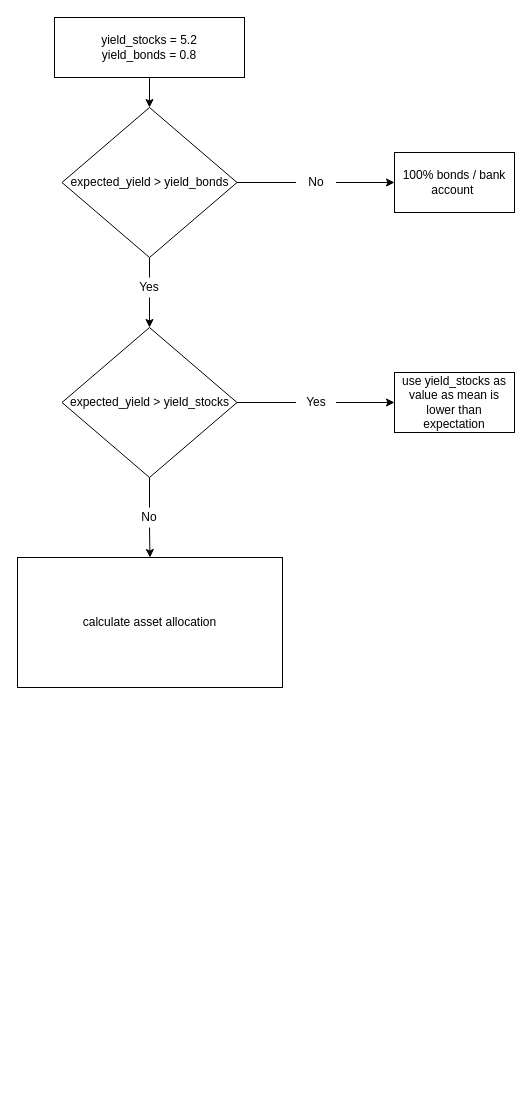
The draw.io diagram processdiagram.drawio in leotrv/assetallocation-calculator, before the edit. Source tidied: cells renumbered, new cells numbered last; positions are measured from the earlier drawing's top-left corner, leaving out a move shared by most shapes. Both pictures are drawn from the tidied source at 100%, with x=0, y=0 at pixel (17, 17).
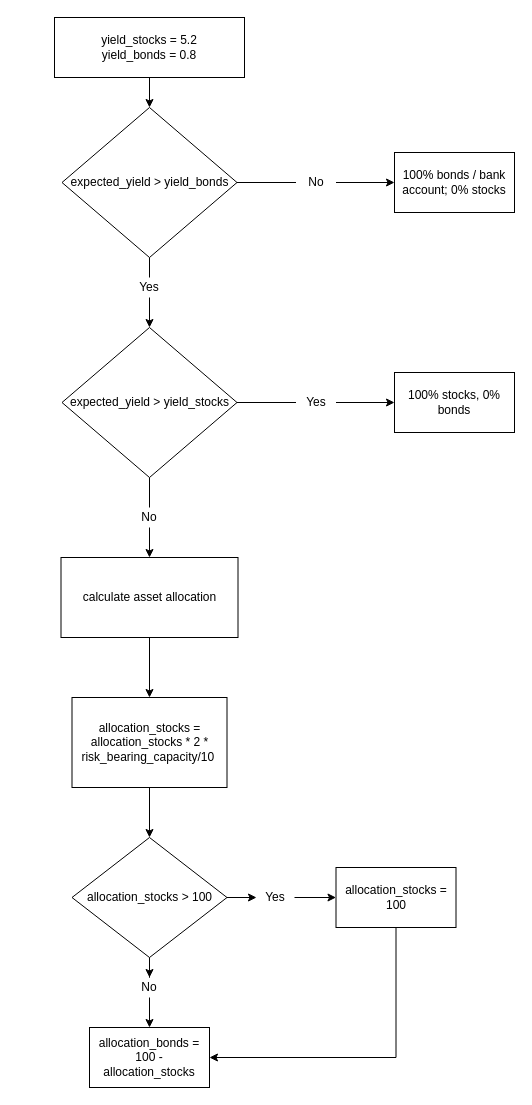
After the change.

Commit message (it also covers changes not shown here):
add risk_bearing_capacity recalculation

Diff of the diagram source:
```diff
@@
-    <mxCell id="5" value="100% bonds / bank account&amp;nbsp;" style="rounded=0;whiteSpace=wrap;html=1;" parent="1" vertex="1">
+    <mxCell id="5" value="100% bonds / bank account; 0% stocks" style="rounded=0;whiteSpace=wrap;html=1;" parent="1" vertex="1">
       <mxGeometry x="377" y="135" width="120" height="60" as="geometry" />
     </mxCell>
@@
-    <mxCell id="15" value="use yield_stocks as value as mean is lower than expectation" style="rounded=0;whiteSpace=wrap;html=1;" parent="1" vertex="1">
+    <mxCell id="15" value="100% stocks, 0% bonds" style="rounded=0;whiteSpace=wrap;html=1;" parent="1" vertex="1">
       <mxGeometry x="377" y="355" width="120" height="60" as="geometry" />
     </mxCell>
@@
     <mxCell id="21" value="calculate asset allocation" style="rounded=0;whiteSpace=wrap;html=1;" parent="1" vertex="1">
-      <mxGeometry y="540" width="265" height="130" as="geometry" />
+      <mxGeometry x="43.5" y="540" width="177" height="80" as="geometry" />
     </mxCell>
+    <mxCell id="22" value="allocation_stocks = allocation_stocks * 2 * risk_bearing_capacity/10&amp;nbsp;" style="rounded=0;whiteSpace=wrap;html=1;" parent="1" vertex="1">
+      <mxGeometry x="54.5" y="680" width="155" height="90" as="geometry" />
+    </mxCell>
+    <mxCell id="23" style="endArrow=classic;html=1;exitX=0.5;exitY=1;exitDx=0;exitDy=0;entryX=0.5;entryY=0;entryDx=0;entryDy=0;" parent="1" edge="1" source="21" target="22">
+      <mxGeometry relative="1" as="geometry" />
+    </mxCell>
+    <mxCell id="24" style="edgeStyle=orthogonalEdgeStyle;rounded=0;jettySize=auto;html=1;" parent="1" edge="1" source="26" target="29">
+      <mxGeometry relative="1" as="geometry" />
+    </mxCell>
+    <mxCell id="25" style="edgeStyle=orthogonalEdgeStyle;rounded=0;jettySize=auto;html=1;" parent="1" edge="1" source="26" target="34">
+      <mxGeometry relative="1" as="geometry" />
+    </mxCell>
+    <mxCell id="26" value="allocation_stocks &amp;gt; 100" style="rhombus;whiteSpace=wrap;html=1;" parent="1" vertex="1">
+      <mxGeometry x="54.5" y="820" width="155" height="120" as="geometry" />
+    </mxCell>
+    <mxCell id="27" style="endArrow=classic;html=1;entryX=0.5;entryY=0;entryDx=0;entryDy=0;exitX=0.5;exitY=1;exitDx=0;exitDy=0;" parent="1" edge="1" source="22" target="26">
+      <mxGeometry relative="1" as="geometry" />
+    </mxCell>
+    <mxCell id="28" style="edgeStyle=orthogonalEdgeStyle;rounded=0;jettySize=auto;html=1;" parent="1" edge="1" source="29" target="31">
+      <mxGeometry relative="1" as="geometry" />
+    </mxCell>
+    <mxCell id="29" value="Yes" style="text;html=1;strokeColor=none;fillColor=none;align=center;verticalAlign=middle;whiteSpace=wrap;rounded=0;" parent="1" vertex="1">
+      <mxGeometry x="239" y="870" width="38" height="20" as="geometry" />
+    </mxCell>
+    <mxCell id="30" style="edgeStyle=orthogonalEdgeStyle;rounded=0;jettySize=auto;html=1;entryX=1;entryY=0.5;entryDx=0;entryDy=0;" parent="1" edge="1" source="31" target="32">
+      <mxGeometry relative="1" as="geometry">
+        <Array as="points">
+          <mxPoint x="379" y="1040" />
+        </Array>
+      </mxGeometry>
+    </mxCell>
+    <mxCell id="31" value="allocation_stocks = 100" style="rounded=0;whiteSpace=wrap;html=1;" parent="1" vertex="1">
+      <mxGeometry x="318.5" y="850" width="120" height="60" as="geometry" />
+    </mxCell>
+    <mxCell id="32" value="allocation_bonds = 100 - allocation_stocks" style="rounded=0;whiteSpace=wrap;html=1;" parent="1" vertex="1">
+      <mxGeometry x="72" y="1010" width="120" height="60" as="geometry" />
+    </mxCell>
+    <mxCell id="33" style="edgeStyle=orthogonalEdgeStyle;rounded=0;jettySize=auto;html=1;entryX=0.5;entryY=0;entryDx=0;entryDy=0;" parent="1" edge="1" source="34" target="32">
+      <mxGeometry relative="1" as="geometry" />
+    </mxCell>
+    <mxCell id="34" value="No" style="text;html=1;strokeColor=none;fillColor=none;align=center;verticalAlign=middle;whiteSpace=wrap;rounded=0;" parent="1" vertex="1">
+      <mxGeometry x="112" y="960" width="40" height="20" as="geometry" />
+    </mxCell>
```
